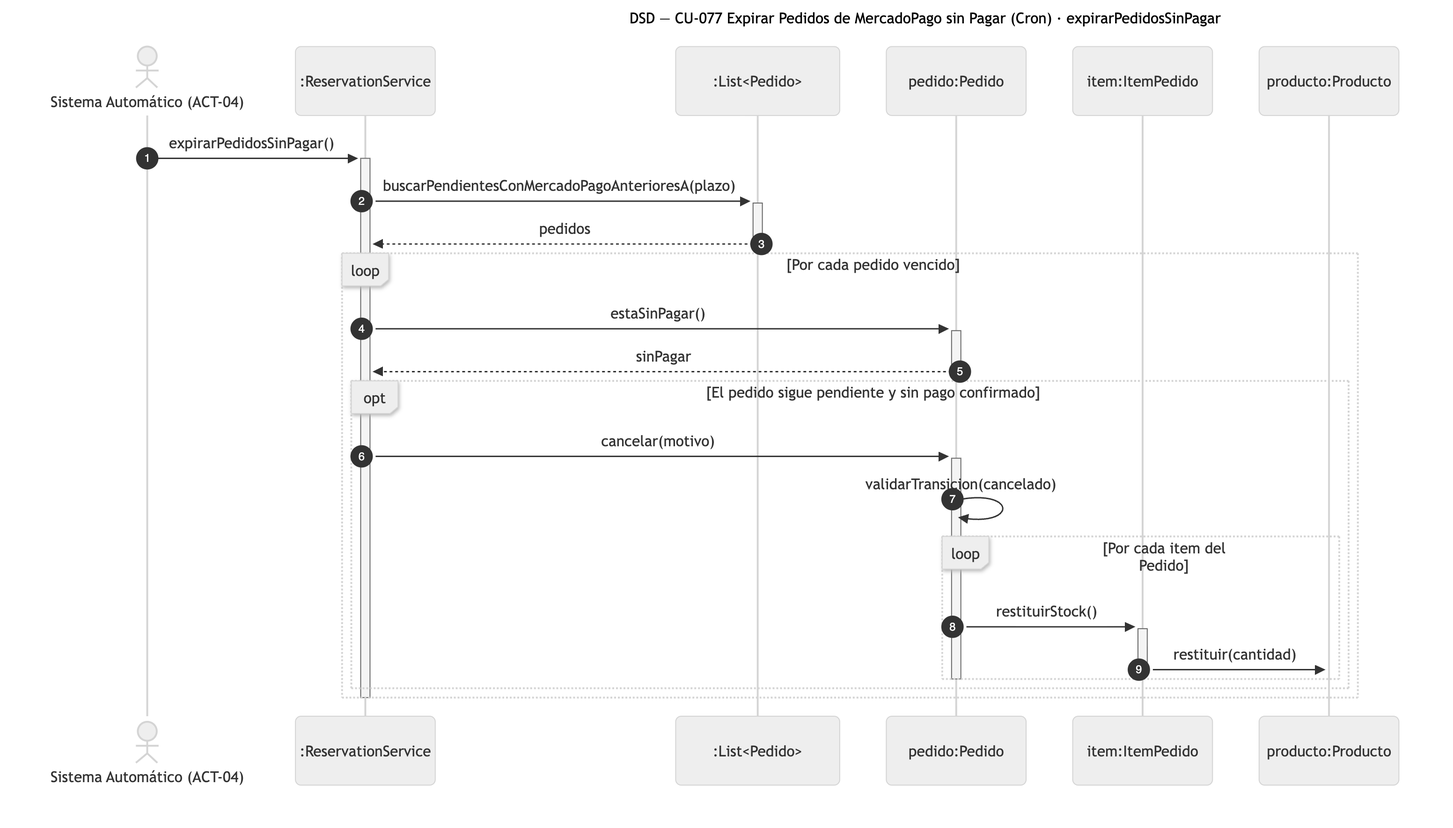
Above: diagramas/png/DSD_CU-077_expirarPedidosSinPagar.png in Nahuelito-Dev/splg-docs (Mermaid), before the change. Its source is kept beside it as diagramas/DSD_CU-077_expirarPedidosSinPagar.mmd. Its diagram source:
```mermaid
sequenceDiagram
    title DSD — CU-077 Expirar Pedidos de MercadoPago sin Pagar (Cron) · expirarPedidosSinPagar
    autonumber
    actor SIS as Sistema Automático (ACT-04)
    participant SRV as :ReservationService
    participant COL as :List#lt;Pedido#gt;
    participant PED as pedido:Pedido
    participant ITM as item:ItemPedido
    participant PRO as producto:Producto

    SIS->>+SRV: expirarPedidosSinPagar()
    SRV->>+COL: buscarPendientesConMercadoPagoAnterioresA(plazo)
    COL-->>-SRV: pedidos
    loop Por cada pedido vencido
        SRV->>+PED: estaSinPagar()
        PED-->>-SRV: sinPagar
        opt El pedido sigue pendiente y sin pago confirmado
            SRV->>+PED: cancelar(motivo)
            PED->>PED: validarTransicion(cancelado)
            loop Por cada item del Pedido
                PED->>+ITM: restituirStock()
                ITM->>PRO: restituir(cantidad)
                deactivate ITM
            end
            deactivate PED
        end
    end
    deactivate SRV
```
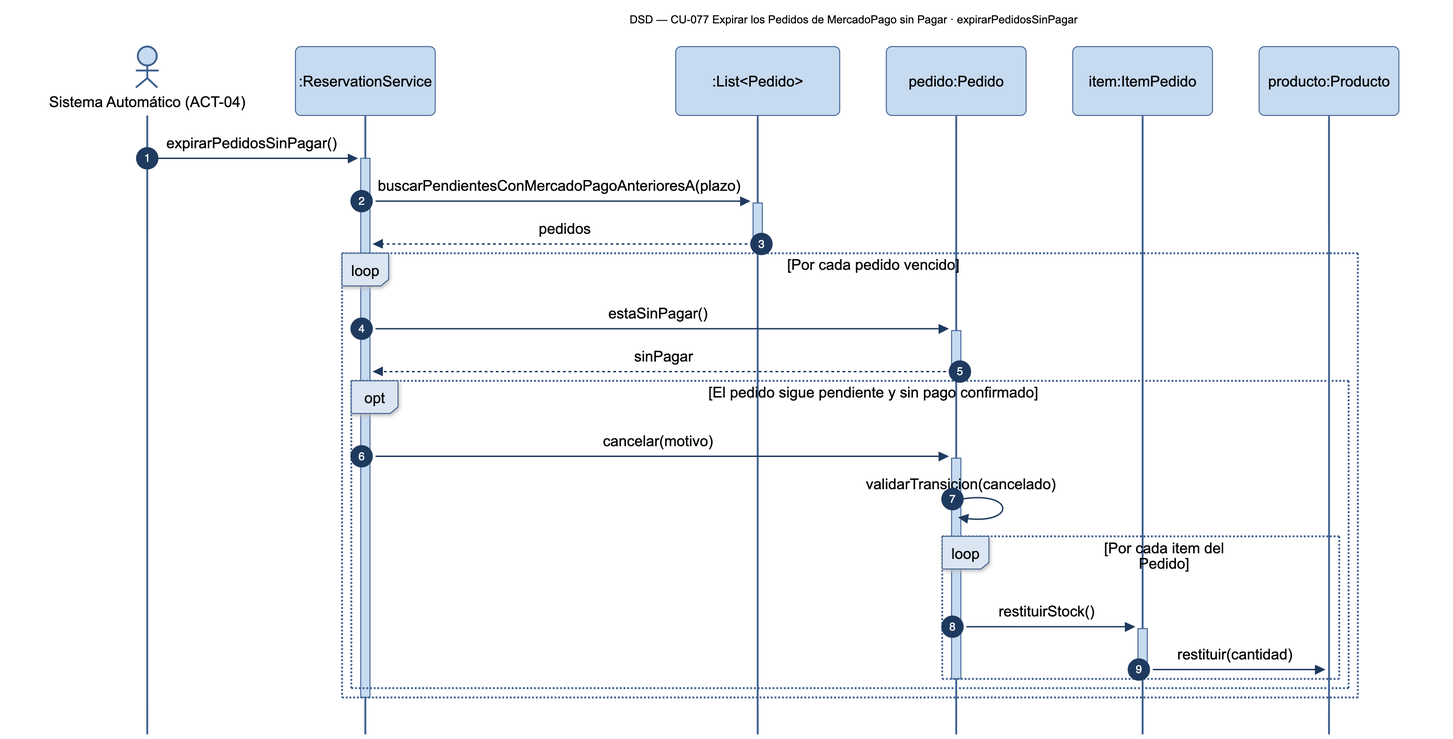
Above is the later version.

The edit, as a diff of the source:
```diff
@@ -1,5 +1,5 @@
 sequenceDiagram
-    title DSD — CU-077 Expirar Pedidos de MercadoPago sin Pagar (Cron) · expirarPedidosSinPagar
+    title DSD — CU-077 Expirar los Pedidos de MercadoPago sin Pagar · expirarPedidosSinPagar
     autonumber
     actor SIS as Sistema Automático (ACT-04)
     participant SRV as :ReservationService
```
